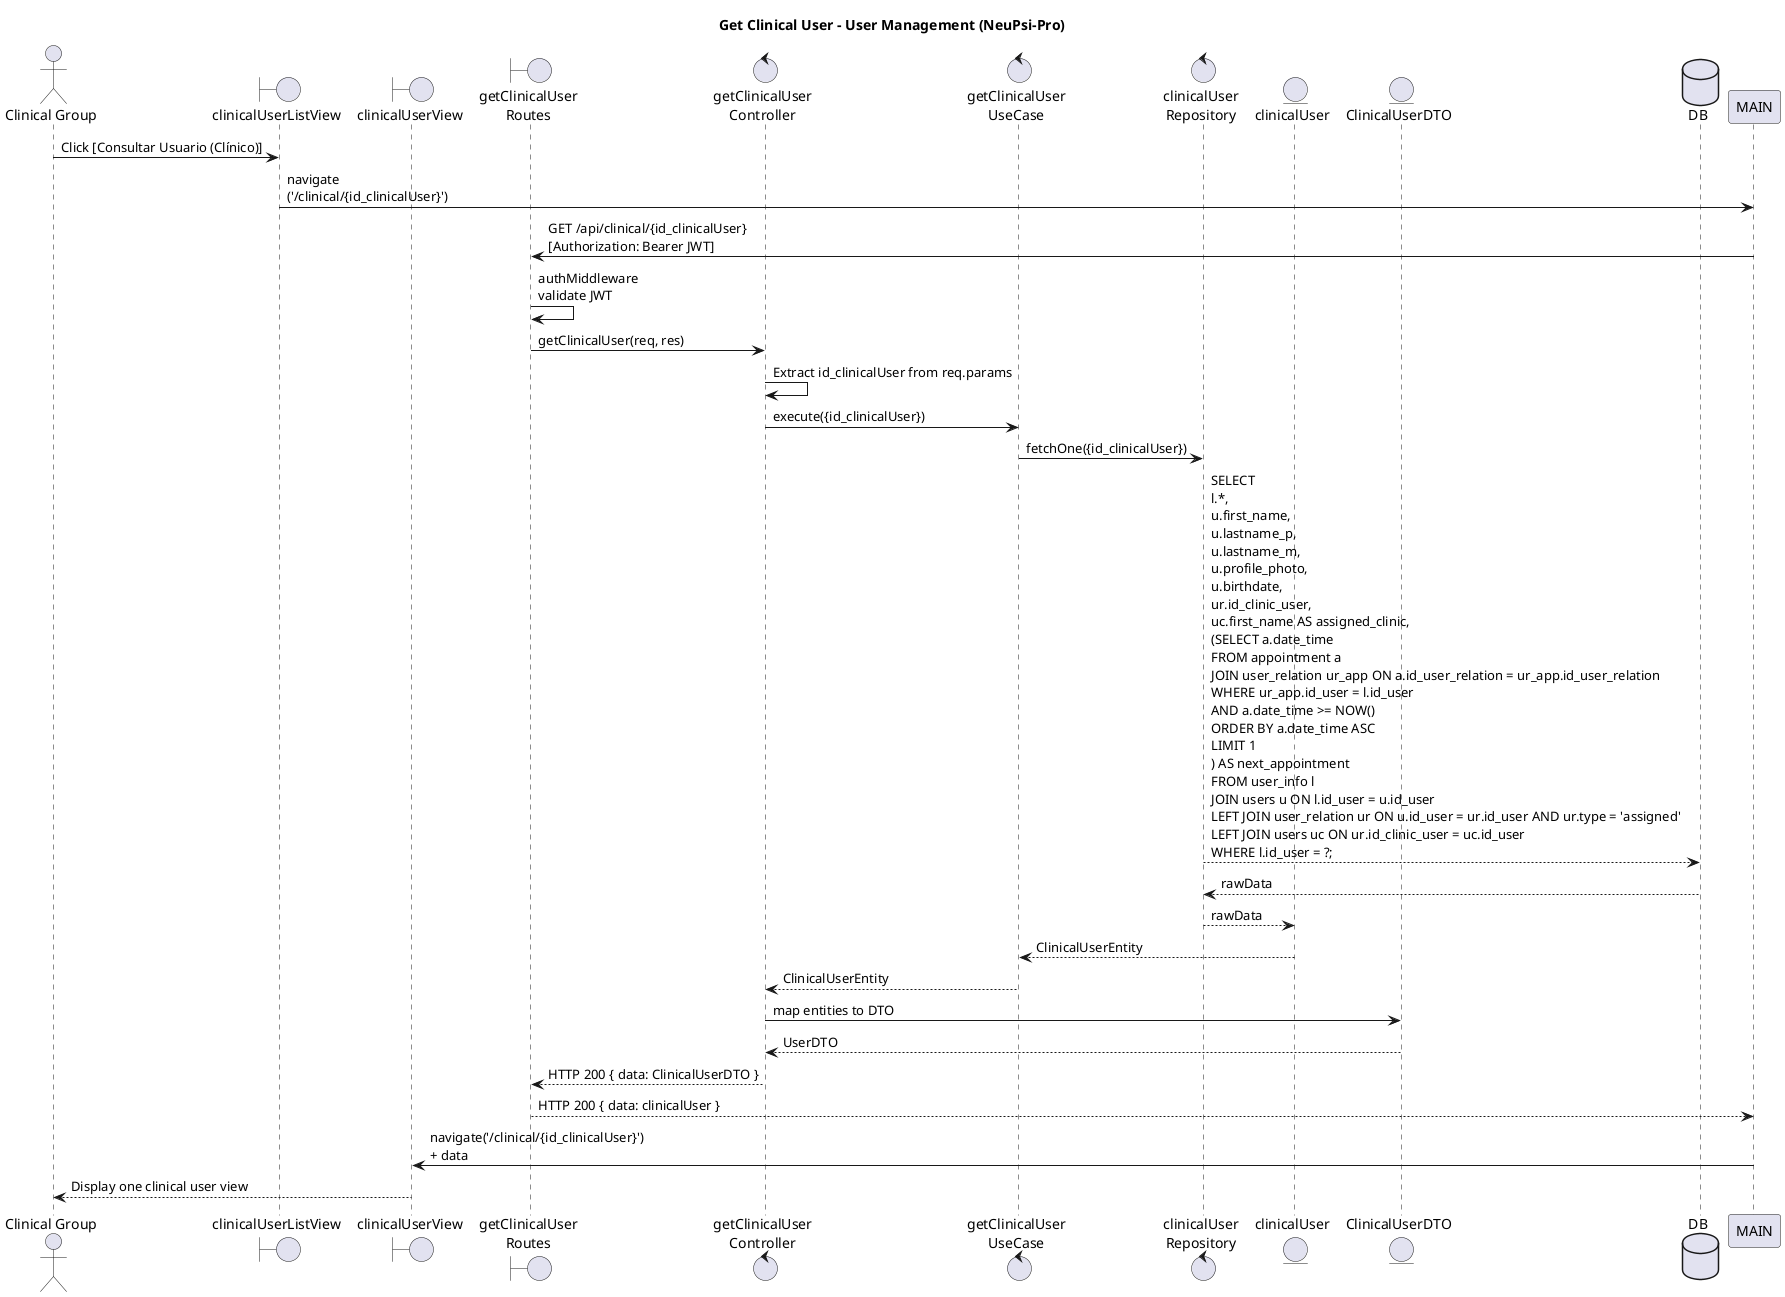
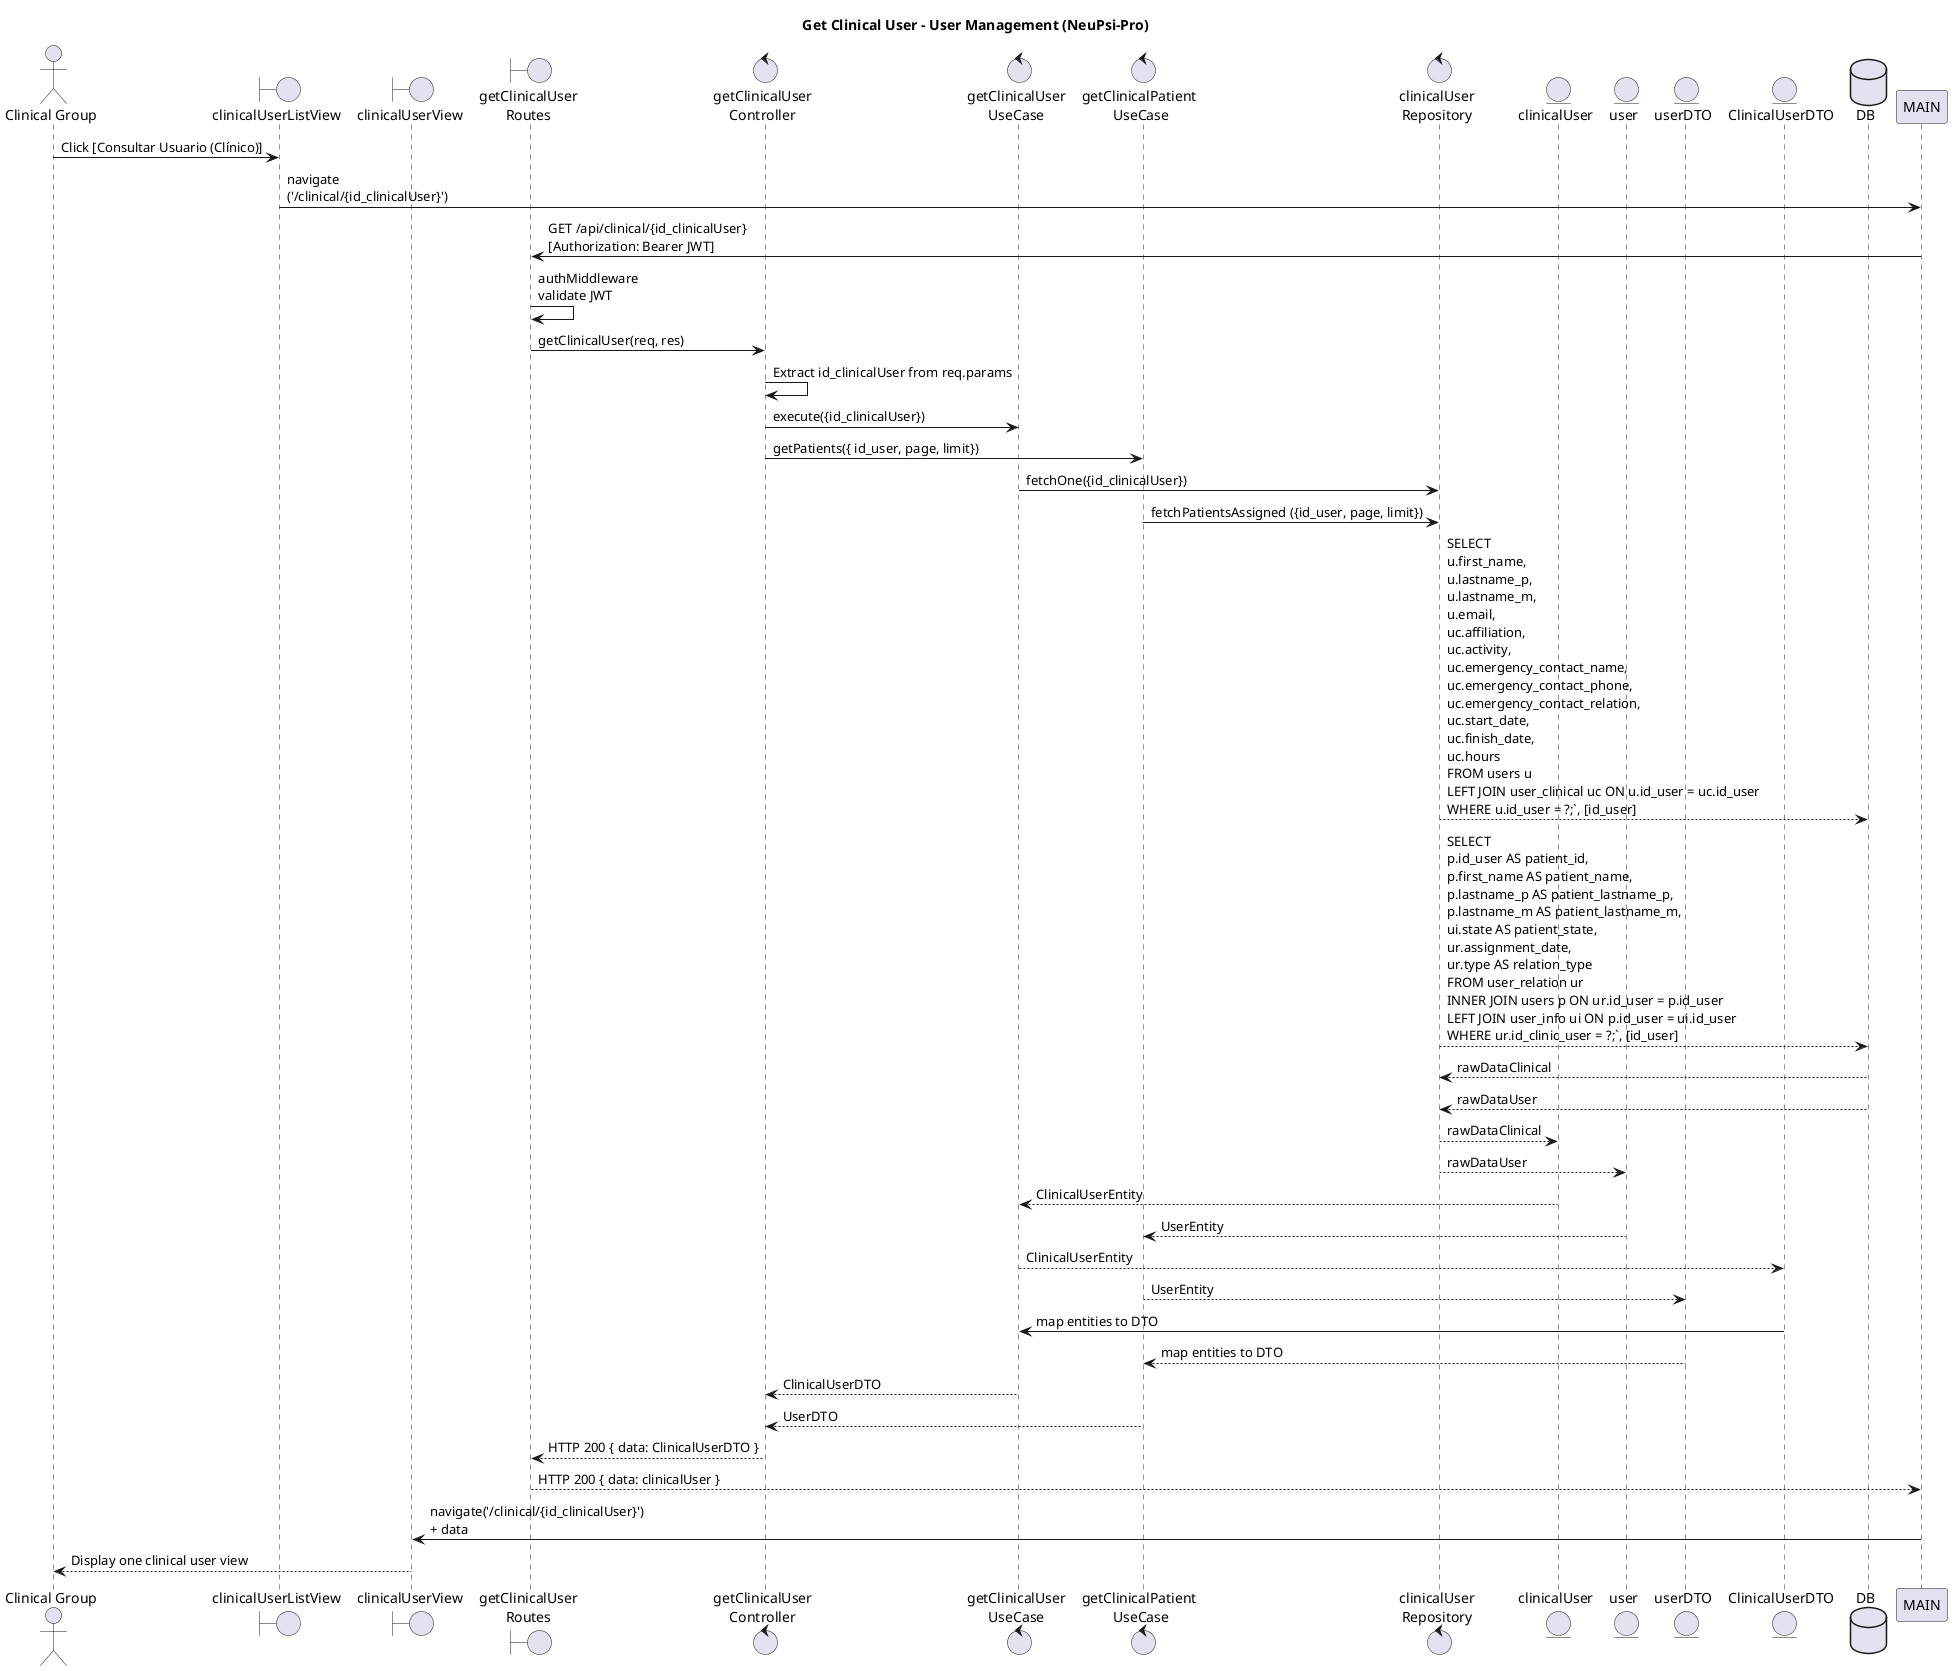
@startuml GU05 Get-Clinical-User

title Get Clinical User - User Management (NeuPsi-Pro)

actor "Clinical Group" as CG

boundary "clinicalUserListView" as VUsers
boundary "clinicalUserView" as VOne
boundary "getClinicalUser\nRoutes" as ROUTE
control "getClinicalUser\nController" as CTRL
control "getClinicalUser\nUseCase" as UC
+ control "getClinicalPatient \nUseCase" as 2UC
control "clinicalUser\nRepository" as REPO
entity "clinicalUser" as ENT
+ entity "user" as UENT
+ entity "userDTO" as UDTO
entity "ClinicalUserDTO" as DTO
database DB

CG -> VUsers : Click [Consultar Usuario (Clínico)]
VUsers -> MAIN : navigate\n('/clinical/{id_clinicalUser}')

MAIN -> ROUTE : GET /api/clinical/{id_clinicalUser}\n[Authorization: Bearer JWT]

ROUTE -> ROUTE : authMiddleware\nvalidate JWT
ROUTE -> CTRL : getClinicalUser(req, res)

CTRL -> CTRL : Extract id_clinicalUser from req.params

CTRL -> UC : execute({id_clinicalUser})
+ CTRL -> 2UC : getPatients({ id_user, page, limit})

UC -> REPO : fetchOne({id_clinicalUser})
+ 2UC -> REPO : fetchPatientsAssigned ({id_user, page, limit})

- REPO --> DB : SELECT \nl.*, \nu.first_name,\nu.lastname_p,\nu.lastname_m,\nu.profile_photo,\nu.birthdate, \nur.id_clinic_user, \nuc.first_name AS assigned_clinic, \n(SELECT a.date_time \nFROM appointment a \nJOIN user_relation ur_app ON a.id_user_relation = ur_app.id_user_relation \nWHERE ur_app.id_user = l.id_user \nAND a.date_time >= NOW() \nORDER BY a.date_time ASC \nLIMIT 1 \n) AS next_appointment \nFROM user_info l \nJOIN users u ON l.id_user = u.id_user \nLEFT JOIN user_relation ur ON u.id_user = ur.id_user AND ur.type = 'assigned' \nLEFT JOIN users uc ON ur.id_clinic_user = uc.id_user \nWHERE l.id_user = ?;
+ REPO --> DB : SELECT \nu.first_name, \nu.lastname_p, \nu.lastname_m, \nu.email, \nuc.affiliation, \nuc.activity, \nuc.emergency_contact_name, \nuc.emergency_contact_phone, \nuc.emergency_contact_relation, \nuc.start_date, \nuc.finish_date, \nuc.hours \nFROM users u \nLEFT JOIN user_clinical uc ON u.id_user = uc.id_user \nWHERE u.id_user = ?;`, [id_user]
+ REPO --> DB : SELECT \np.id_user AS patient_id, \np.first_name AS patient_name, \np.lastname_p AS patient_lastname_p, \np.lastname_m AS patient_lastname_m, \nui.state AS patient_state, \nur.assignment_date, \nur.type AS relation_type \nFROM user_relation ur \nINNER JOIN users p ON ur.id_user = p.id_user \nLEFT JOIN user_info ui ON p.id_user = ui.id_user \nWHERE ur.id_clinic_user = ?;`, [id_user]

- DB --> REPO : rawData
+ DB --> REPO : rawDataClinical
+ DB --> REPO : rawDataUser

- REPO --> ENT : rawData
+ REPO --> ENT : rawDataClinical
+ REPO --> UENT : rawDataUser
+ 

ENT --> UC : ClinicalUserEntity
+ UENT --> 2UC : UserEntity

- UC --> CTRL : ClinicalUserEntity
+ UC --> DTO : ClinicalUserEntity
+ 2UC --> UDTO : UserEntity

- CTRL -> DTO : map entities to DTO
- DTO --> CTRL : UserDTO
+ DTO -> UC : map entities to DTO
+ UDTO --> 2UC : map entities to DTO
+ 
+ UC --> CTRL : ClinicalUserDTO
+ 2UC --> CTRL : UserDTO

CTRL --> ROUTE : HTTP 200 { data: ClinicalUserDTO }

ROUTE --> MAIN : HTTP 200 { data: clinicalUser }

MAIN -> VOne : navigate('/clinical/{id_clinicalUser}')\n+ data

VOne --> CG : Display one clinical user view

- 
@enduml